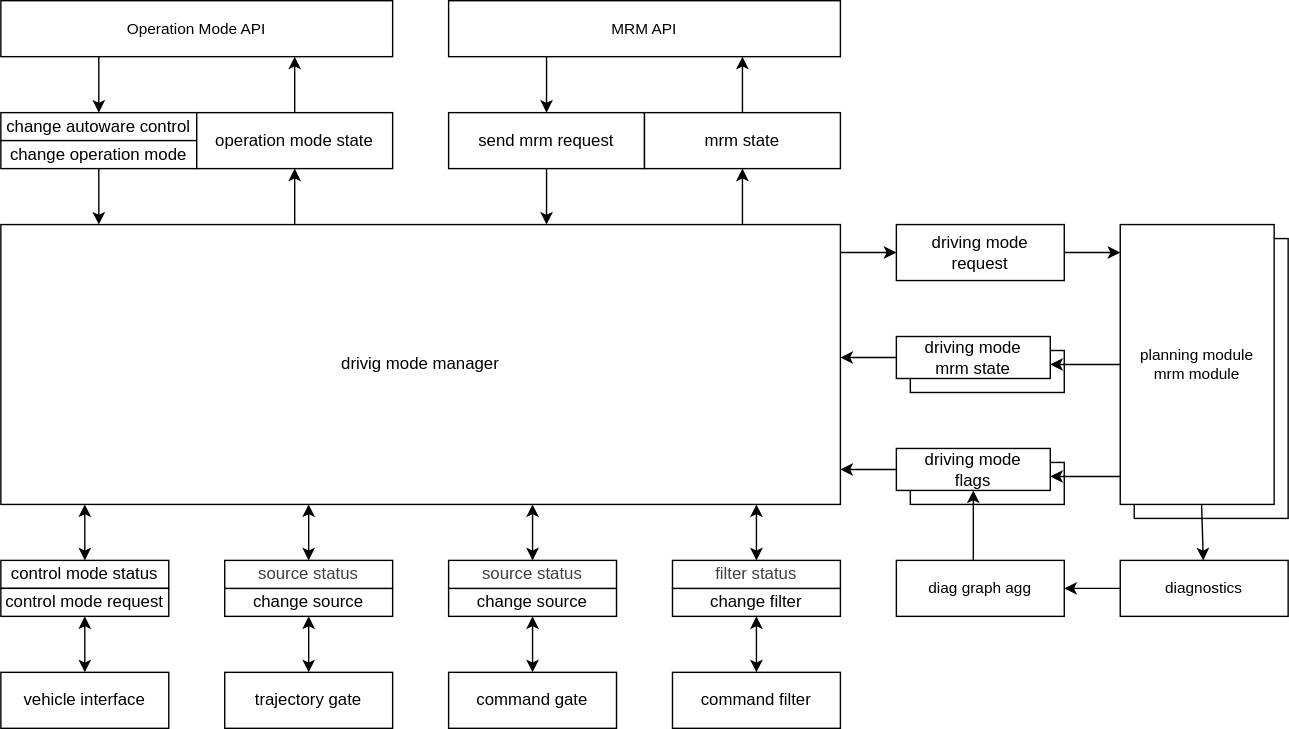
autowarefoundation/autoware_universe keeps this draw.io diagram as system/autoware_driving_mode_manager/doc/data-flow-external.drawio.svg. Above is the earlier version. Source tidied: cells renumbered, new cells last; positions are measured from the earlier drawing's top-left corner, leaving out a move shared by most shapes.
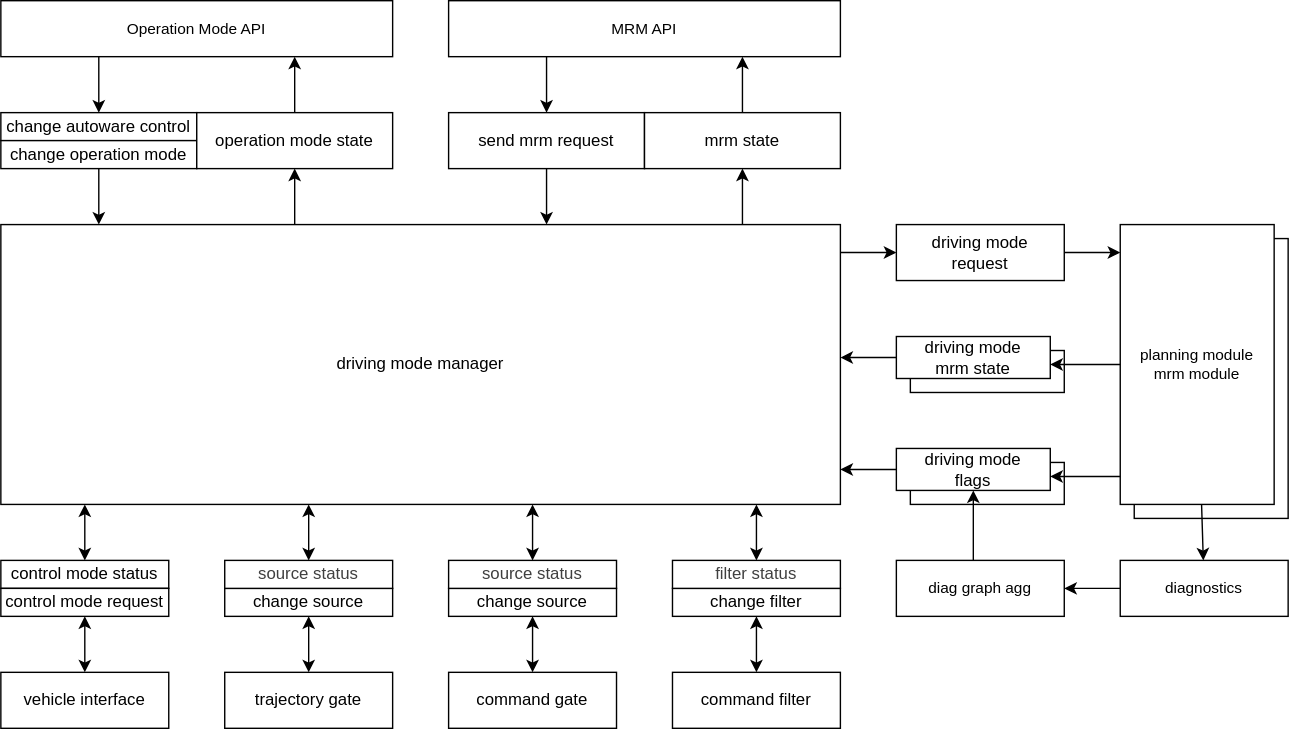
After the commit.

Diff of the diagram source:
```diff
@@ -58,7 +58,7 @@
         </Array>
       </mxGeometry>
     </mxCell>
-    <mxCell id="9" value="drivig mode manager" style="rounded=0;whiteSpace=wrap;html=1;" parent="1" vertex="1">
+    <mxCell id="9" value="driving mode manager" style="rounded=0;whiteSpace=wrap;html=1;" parent="1" vertex="1">
       <mxGeometry y="160" width="600" height="200" as="geometry" />
     </mxCell>
     <mxCell id="10" value="&lt;span style=&quot;color: rgb(0, 0, 0);&quot;&gt;trajectory gate&lt;/span&gt;" style="rounded=0;whiteSpace=wrap;html=1;" parent="1" vertex="1">
```
